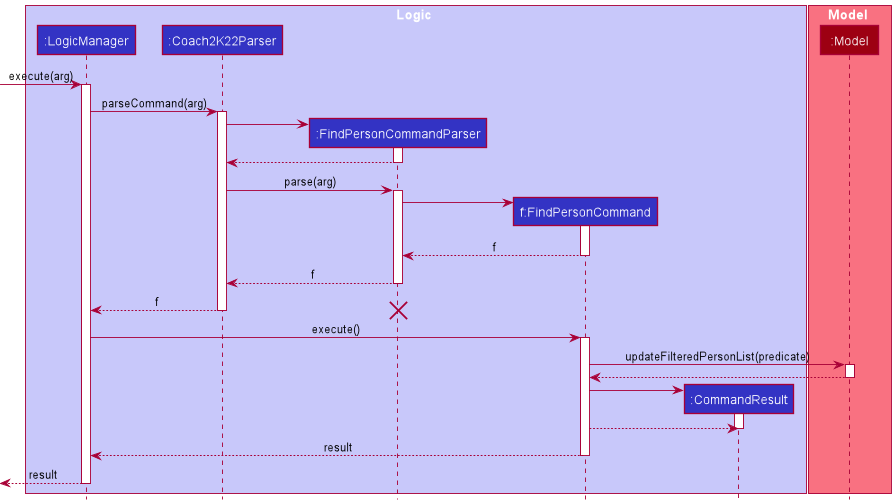
Above: docs/images/FindPersonSequenceDiagram.png in simjunheng/tp (PlantUML), before the change.
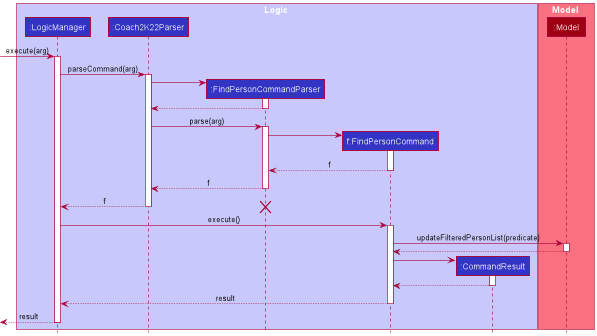
After the commit.

Diff of the diagram source:
```diff
@@ -55,7 +55,7 @@
 FindPersonCommand -> CommandResult
 activate CommandResult
 
-CommandResult <-- FindPersonCommand
+CommandResult --> FindPersonCommand
 deactivate CommandResult
 
 FindPersonCommand -->LogicManager : result
```
